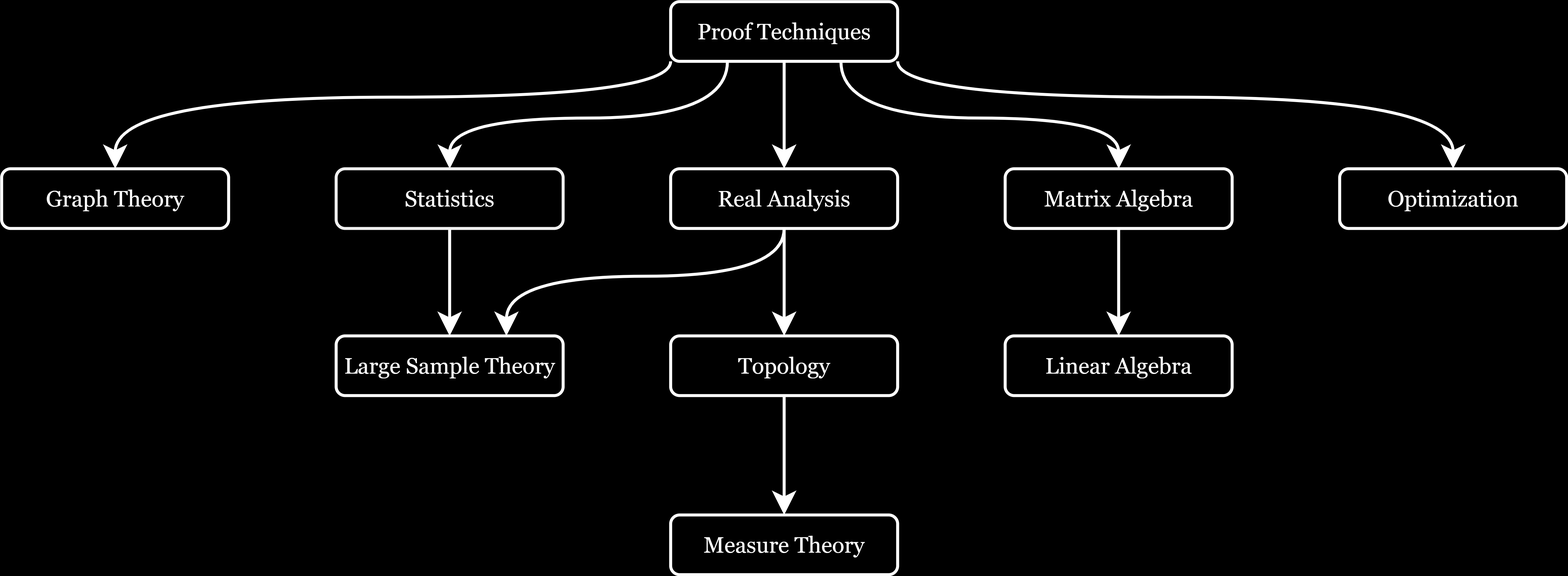
Earlier version of the draw.io export figures/dependency_tree.png (zekiakyol/proof-based-math-readings). Source tidied: cells renumbered, new cells last; positions are measured from the earlier drawing's top-left corner, leaving out a move shared by most shapes.
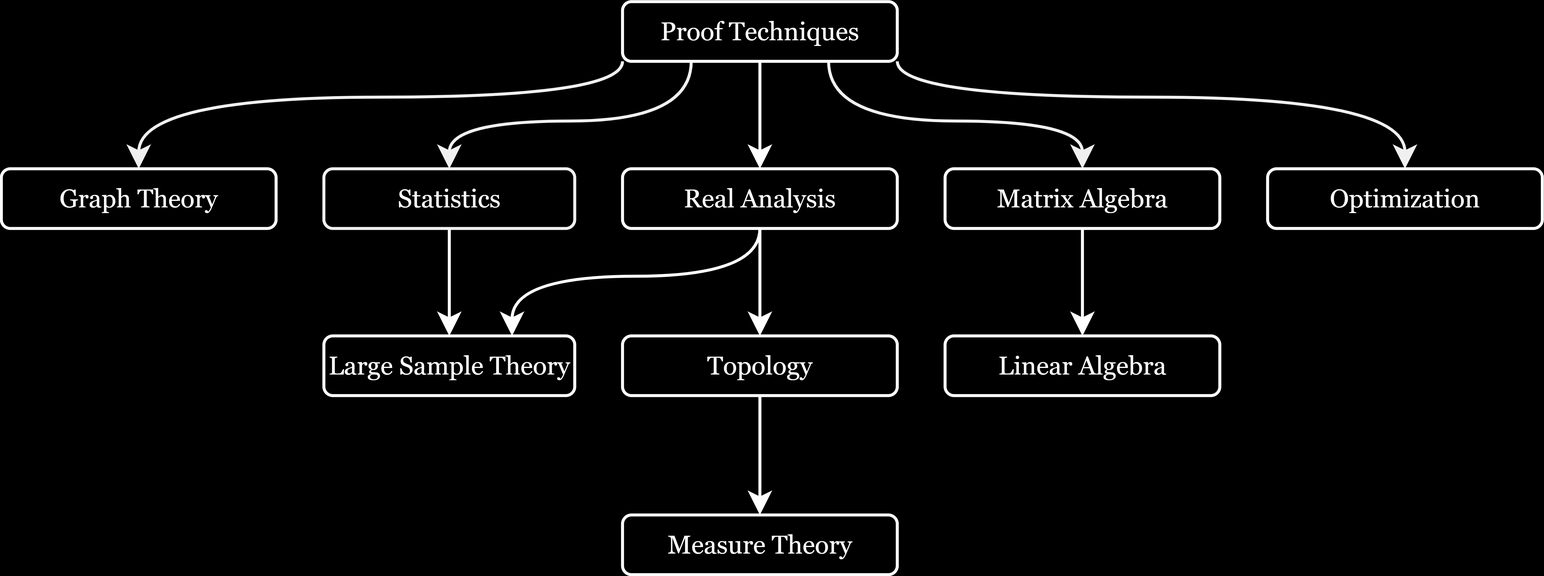
The same file after the commit.

Commit message:
increase font size

What changed in the source:
```diff
@@ -2,85 +2,87 @@
   <root>
     <mxCell id="0" />
     <mxCell id="1" parent="0" />
-    <mxCell id="2" style="edgeStyle=orthogonalEdgeStyle;rounded=0;jettySize=auto;html=1;exitX=0.5;exitY=1;exitDx=0;exitDy=0;entryX=0.5;entryY=0;entryDx=0;entryDy=0;fontFamily=Georgia;fontSize=75;strokeWidth=10;fontColor=#FFFFFF;labelBorderColor=none;strokeColor=#FFFFFF;endSize=50;startSize=40;" parent="1" edge="1" source="7" target="10">
+    <mxCell id="2" style="edgeStyle=orthogonalEdgeStyle;rounded=0;jettySize=auto;html=1;exitX=0.5;exitY=1;exitDx=0;exitDy=0;entryX=0.5;entryY=0;entryDx=0;entryDy=0;fontFamily=Georgia;fontSize=86;strokeWidth=10;fontColor=#FFFFFF;labelBorderColor=none;strokeColor=#FFFFFF;endSize=50;startSize=40;" parent="1" edge="1" source="7" target="10">
       <mxGeometry relative="1" as="geometry" />
     </mxCell>
-    <mxCell id="3" style="edgeStyle=orthogonalEdgeStyle;rounded=0;jettySize=auto;html=1;exitX=0.25;exitY=1;exitDx=0;exitDy=0;labelBorderColor=none;strokeColor=#FFFFFF;strokeWidth=10;fontFamily=Georgia;fontSize=75;fontColor=#FFFFFF;startSize=40;endSize=50;curved=1;" parent="1" edge="1" source="7" target="18">
+    <mxCell id="3" style="edgeStyle=orthogonalEdgeStyle;rounded=0;jettySize=auto;html=1;exitX=0.25;exitY=1;exitDx=0;exitDy=0;fontSize=86;strokeWidth=10;endSize=50;curved=1;" parent="1" edge="1" source="7" target="18">
       <mxGeometry relative="1" as="geometry">
         <Array as="points">
-          <mxPoint x="2430" y="390" />
-          <mxPoint x="1500" y="390" />
+          <mxPoint x="2350" y="400" />
+          <mxPoint x="1540" y="400" />
         </Array>
       </mxGeometry>
     </mxCell>
+    <mxCell id="6" style="edgeStyle=orthogonalEdgeStyle;curved=1;rounded=0;jettySize=auto;html=1;exitX=0;exitY=1;exitDx=0;exitDy=0;strokeWidth=10;fontSize=86;endSize=50;" parent="1" edge="1" source="7" target="21">
+      <mxGeometry relative="1" as="geometry">
+        <Array as="points">
+          <mxPoint x="2120" y="320" />
+          <mxPoint x="500" y="320" />
+        </Array>
+      </mxGeometry>
+    </mxCell>
-    <mxCell id="4" style="edgeStyle=orthogonalEdgeStyle;curved=1;rounded=0;jettySize=auto;html=1;exitX=0.75;exitY=1;exitDx=0;exitDy=0;labelBorderColor=none;strokeColor=#FFFFFF;strokeWidth=10;fontFamily=Georgia;fontSize=75;fontColor=#FFFFFF;startSize=40;endSize=50;" parent="1" edge="1" source="7" target="15">
+    <mxCell id="4" style="edgeStyle=orthogonalEdgeStyle;curved=1;rounded=0;jettySize=auto;html=1;exitX=0.75;exitY=1;exitDx=0;exitDy=0;strokeWidth=10;fontSize=86;endSize=50;" parent="1" edge="1" source="7" target="15">
       <mxGeometry relative="1" as="geometry">
         <Array as="points">
-          <mxPoint x="2810" y="390" />
-          <mxPoint x="3740" y="390" />
+          <mxPoint x="2810" y="400" />
+          <mxPoint x="3660" y="400" />
         </Array>
       </mxGeometry>
     </mxCell>
-    <mxCell id="5" style="edgeStyle=orthogonalEdgeStyle;curved=1;rounded=0;jettySize=auto;html=1;exitX=1;exitY=1;exitDx=0;exitDy=0;entryX=0.5;entryY=0;entryDx=0;entryDy=0;labelBorderColor=none;strokeColor=#FFFFFF;strokeWidth=10;fontFamily=Georgia;fontSize=75;fontColor=#FFFFFF;startSize=40;endSize=50;" parent="1" edge="1" source="7" target="20">
+    <mxCell id="5" style="edgeStyle=orthogonalEdgeStyle;curved=1;rounded=0;jettySize=auto;html=1;exitX=1;exitY=1;exitDx=0;exitDy=0;strokeWidth=10;fontSize=86;endSize=50;" parent="1" edge="1" source="7" target="20">
       <mxGeometry relative="1" as="geometry">
         <Array as="points">
-          <mxPoint x="3000" y="320" />
-          <mxPoint x="4860" y="320" />
+          <mxPoint x="3040" y="320" />
+          <mxPoint x="4740" y="320" />
         </Array>
       </mxGeometry>
     </mxCell>
-    <mxCell id="6" style="edgeStyle=orthogonalEdgeStyle;curved=1;rounded=0;jettySize=auto;html=1;exitX=0;exitY=1;exitDx=0;exitDy=0;labelBorderColor=none;strokeColor=#FFFFFF;strokeWidth=10;fontFamily=Georgia;fontSize=75;fontColor=#FFFFFF;startSize=40;endSize=50;" parent="1" edge="1" source="7" target="21">
-      <mxGeometry relative="1" as="geometry">
-        <Array as="points">
-          <mxPoint x="2240" y="320" />
-          <mxPoint x="380" y="320" />
-        </Array>
-      </mxGeometry>
-    </mxCell>
-    <mxCell id="7" value="&lt;font face=&quot;Georgia&quot; style=&quot;line-height: 1.2; font-size: 75px;&quot;&gt;Proof Techniques&lt;/font&gt;" style="rounded=1;whiteSpace=wrap;html=1;fontSize=75;fillStyle=solid;fillColor=#000000;fontColor=#FFFFFF;labelBorderColor=none;strokeColor=#FFFFFF;strokeWidth=10;" parent="1" vertex="1">
-      <mxGeometry x="2240" width="760" height="200" as="geometry" />
+    <mxCell id="7" value="&lt;font face=&quot;Georgia&quot; style=&quot;line-height: 1.2; font-size: 86px;&quot;&gt;Proof Techniques&lt;/font&gt;" style="rounded=1;whiteSpace=wrap;html=1;fontSize=86;fillStyle=solid;fillColor=#000000;fontColor=#FFFFFF;labelBorderColor=none;strokeColor=#FFFFFF;strokeWidth=10;" parent="1" vertex="1">
+      <mxGeometry x="2120" width="920" height="200" as="geometry" />
     </mxCell>
-    <mxCell id="8" style="edgeStyle=orthogonalEdgeStyle;curved=1;rounded=0;jettySize=auto;html=1;exitX=0.5;exitY=1;exitDx=0;exitDy=0;entryX=0.75;entryY=0;entryDx=0;entryDy=0;labelBorderColor=none;strokeColor=#FFFFFF;strokeWidth=10;fontFamily=Georgia;fontSize=75;fontColor=#FFFFFF;startSize=40;endSize=50;" parent="1" edge="1" source="10" target="19">
+    <mxCell id="8" style="edgeStyle=orthogonalEdgeStyle;curved=1;rounded=0;jettySize=auto;html=1;exitX=0.5;exitY=1;exitDx=0;exitDy=0;entryX=0.75;entryY=0;entryDx=0;entryDy=0;labelBorderColor=none;strokeColor=#FFFFFF;strokeWidth=10;fontFamily=Georgia;fontSize=86;fontColor=#FFFFFF;startSize=40;endSize=50;" parent="1" edge="1" source="10" target="19">
       <mxGeometry relative="1" as="geometry" />
     </mxCell>
-    <mxCell id="9" style="edgeStyle=orthogonalEdgeStyle;curved=1;rounded=0;jettySize=auto;html=1;exitX=0.5;exitY=1;exitDx=0;exitDy=0;labelBorderColor=none;strokeColor=#FFFFFF;strokeWidth=10;fontFamily=Georgia;fontSize=75;fontColor=#FFFFFF;startSize=40;endSize=50;" parent="1" edge="1" source="10" target="12">
+    <mxCell id="9" style="edgeStyle=orthogonalEdgeStyle;curved=1;rounded=0;jettySize=auto;html=1;exitX=0.5;exitY=1;exitDx=0;exitDy=0;labelBorderColor=none;strokeColor=#FFFFFF;strokeWidth=10;fontFamily=Georgia;fontSize=86;fontColor=#FFFFFF;startSize=40;endSize=50;" parent="1" edge="1" source="10" target="12">
       <mxGeometry relative="1" as="geometry" />
     </mxCell>
-    <mxCell id="10" value="&lt;font face=&quot;Georgia&quot; style=&quot;line-height: 1.2; font-size: 75px;&quot;&gt;Real Analysis&lt;/font&gt;" style="rounded=1;whiteSpace=wrap;html=1;fontSize=75;fillStyle=solid;fillColor=#000000;fontColor=#FFFFFF;labelBorderColor=none;strokeColor=#FFFFFF;strokeWidth=10;" parent="1" vertex="1">
-      <mxGeometry x="2240" y="560" width="760" height="200" as="geometry" />
+    <mxCell id="10" value="&lt;font face=&quot;Georgia&quot; style=&quot;line-height: 1.2; font-size: 86px;&quot;&gt;Real Analysis&lt;/font&gt;" style="rounded=1;whiteSpace=wrap;html=1;fontSize=86;fillStyle=solid;fillColor=#000000;fontColor=#FFFFFF;labelBorderColor=none;strokeColor=#FFFFFF;strokeWidth=10;" parent="1" vertex="1">
+      <mxGeometry x="2120" y="560" width="920" height="200" as="geometry" />
     </mxCell>
-    <mxCell id="11" style="edgeStyle=orthogonalEdgeStyle;curved=1;rounded=0;jettySize=auto;html=1;exitX=0.5;exitY=1;exitDx=0;exitDy=0;labelBorderColor=none;strokeColor=#FFFFFF;strokeWidth=10;fontFamily=Georgia;fontSize=75;fontColor=#FFFFFF;startSize=40;endSize=50;" parent="1" edge="1" source="12" target="13">
+    <mxCell id="11" style="edgeStyle=orthogonalEdgeStyle;curved=1;rounded=0;jettySize=auto;html=1;exitX=0.5;exitY=1;exitDx=0;exitDy=0;labelBorderColor=none;strokeColor=#FFFFFF;strokeWidth=10;fontFamily=Georgia;fontSize=86;fontColor=#FFFFFF;startSize=40;endSize=50;" parent="1" edge="1" source="12" target="13">
       <mxGeometry relative="1" as="geometry" />
     </mxCell>
-    <mxCell id="12" value="&lt;font face=&quot;Georgia&quot; style=&quot;line-height: 1.2; font-size: 75px;&quot;&gt;Topology&lt;/font&gt;" style="rounded=1;whiteSpace=wrap;html=1;fontSize=75;fillStyle=solid;fillColor=#000000;fontColor=#FFFFFF;labelBorderColor=none;strokeColor=#FFFFFF;strokeWidth=10;" parent="1" vertex="1">
-      <mxGeometry x="2240" y="1120" width="760" height="200" as="geometry" />
+    <mxCell id="12" value="&lt;font face=&quot;Georgia&quot; style=&quot;line-height: 1.2; font-size: 86px;&quot;&gt;Topology&lt;/font&gt;" style="rounded=1;whiteSpace=wrap;html=1;fontSize=86;fillStyle=solid;fillColor=#000000;fontColor=#FFFFFF;labelBorderColor=none;strokeColor=#FFFFFF;strokeWidth=10;" parent="1" vertex="1">
+      <mxGeometry x="2120" y="1120" width="920" height="200" as="geometry" />
     </mxCell>
-    <mxCell id="13" value="&lt;font face=&quot;Georgia&quot; style=&quot;line-height: 1.2; font-size: 75px;&quot;&gt;Measure Theory&lt;/font&gt;" style="rounded=1;whiteSpace=wrap;html=1;fontSize=75;fillStyle=solid;fillColor=#000000;fontColor=#FFFFFF;labelBorderColor=none;strokeColor=#FFFFFF;strokeWidth=10;" parent="1" vertex="1">
-      <mxGeometry x="2240" y="1720" width="760" height="200" as="geometry" />
+    <mxCell id="13" value="&lt;font face=&quot;Georgia&quot; style=&quot;line-height: 1.2; font-size: 86px;&quot;&gt;Measure Theory&lt;/font&gt;" style="rounded=1;whiteSpace=wrap;html=1;fontSize=86;fillStyle=solid;fillColor=#000000;fontColor=#FFFFFF;labelBorderColor=none;strokeColor=#FFFFFF;strokeWidth=10;" parent="1" vertex="1">
+      <mxGeometry x="2120" y="1720" width="920" height="200" as="geometry" />
     </mxCell>
-    <mxCell id="14" style="edgeStyle=orthogonalEdgeStyle;curved=1;rounded=0;jettySize=auto;html=1;exitX=0.5;exitY=1;exitDx=0;exitDy=0;labelBorderColor=none;strokeColor=#FFFFFF;strokeWidth=10;fontFamily=Georgia;fontSize=75;fontColor=#FFFFFF;startSize=40;endSize=50;" parent="1" edge="1" source="15" target="16">
+    <mxCell id="14" style="edgeStyle=orthogonalEdgeStyle;curved=1;rounded=0;jettySize=auto;html=1;exitX=0.5;exitY=1;exitDx=0;exitDy=0;labelBorderColor=none;strokeColor=#FFFFFF;strokeWidth=10;fontFamily=Georgia;fontSize=86;fontColor=#FFFFFF;startSize=40;endSize=50;" parent="1" edge="1" source="15" target="16">
       <mxGeometry relative="1" as="geometry" />
     </mxCell>
-    <mxCell id="15" value="&lt;font face=&quot;Georgia&quot; style=&quot;line-height: 1.2; font-size: 75px;&quot;&gt;Matrix Algebra&lt;/font&gt;" style="rounded=1;whiteSpace=wrap;html=1;fontSize=75;fillStyle=solid;fillColor=#000000;fontColor=#FFFFFF;labelBorderColor=none;strokeColor=#FFFFFF;strokeWidth=10;" parent="1" vertex="1">
-      <mxGeometry x="3360" y="560" width="760" height="200" as="geometry" />
+    <mxCell id="15" value="&lt;font face=&quot;Georgia&quot; style=&quot;line-height: 1.2; font-size: 86px;&quot;&gt;Matrix Algebra&lt;/font&gt;" style="rounded=1;whiteSpace=wrap;html=1;fontSize=86;fillStyle=solid;fillColor=#000000;fontColor=#FFFFFF;labelBorderColor=none;strokeColor=#FFFFFF;strokeWidth=10;" parent="1" vertex="1">
+      <mxGeometry x="3200" y="560" width="920" height="200" as="geometry" />
     </mxCell>
-    <mxCell id="16" value="&lt;font face=&quot;Georgia&quot; style=&quot;line-height: 1.2; font-size: 75px;&quot;&gt;Linear Algebra&lt;/font&gt;" style="rounded=1;whiteSpace=wrap;html=1;fontSize=75;fillStyle=solid;fillColor=#000000;fontColor=#FFFFFF;labelBorderColor=none;strokeColor=#FFFFFF;strokeWidth=10;" parent="1" vertex="1">
-      <mxGeometry x="3360" y="1120" width="760" height="200" as="geometry" />
+    <mxCell id="16" value="&lt;font face=&quot;Georgia&quot; style=&quot;line-height: 1.2; font-size: 86px;&quot;&gt;Linear Algebra&lt;/font&gt;" style="rounded=1;whiteSpace=wrap;html=1;fontSize=86;fillStyle=solid;fillColor=#000000;fontColor=#FFFFFF;labelBorderColor=none;strokeColor=#FFFFFF;strokeWidth=10;" parent="1" vertex="1">
+      <mxGeometry x="3200" y="1120" width="920" height="200" as="geometry" />
     </mxCell>
-    <mxCell id="17" style="edgeStyle=orthogonalEdgeStyle;curved=1;rounded=0;jettySize=auto;html=1;exitX=0.5;exitY=1;exitDx=0;exitDy=0;labelBorderColor=none;strokeColor=#FFFFFF;strokeWidth=10;fontFamily=Georgia;fontSize=75;fontColor=#FFFFFF;startSize=40;endSize=50;" parent="1" edge="1" source="18" target="19">
-      <mxGeometry relative="1" as="geometry" />
+    <mxCell id="17" style="edgeStyle=orthogonalEdgeStyle;curved=1;rounded=0;jettySize=auto;html=1;exitX=0.5;exitY=1;exitDx=0;exitDy=0;labelBorderColor=none;strokeColor=#FFFFFF;strokeWidth=10;fontFamily=Georgia;fontSize=86;fontColor=#FFFFFF;startSize=40;endSize=50;" parent="1" edge="1" target="19">
+      <mxGeometry relative="1" as="geometry">
+        <mxPoint x="1540" y="760" as="sourcePoint" />
+      </mxGeometry>
     </mxCell>
-    <mxCell id="18" value="&lt;font face=&quot;Georgia&quot;&gt;Statistics&lt;/font&gt;" style="rounded=1;whiteSpace=wrap;html=1;fontSize=75;fillStyle=solid;fillColor=#000000;fontColor=#FFFFFF;labelBorderColor=none;strokeColor=default;strokeWidth=10;" parent="1" vertex="1">
-      <mxGeometry x="1120" y="560" width="760" height="200" as="geometry" />
+    <mxCell id="18" value="&lt;font face=&quot;Georgia&quot; style=&quot;font-size: 86px;&quot;&gt;Statistics&lt;/font&gt;" style="rounded=1;whiteSpace=wrap;html=1;fontSize=86;fillStyle=solid;fillColor=#000000;fontColor=#FFFFFF;labelBorderColor=none;strokeColor=default;strokeWidth=10;" parent="1" vertex="1">
+      <mxGeometry x="1120" y="560" width="840" height="200" as="geometry" />
     </mxCell>
-    <mxCell id="19" value="&lt;font face=&quot;Georgia&quot; style=&quot;line-height: 1.2; font-size: 75px;&quot;&gt;Large Sample Theory&lt;/font&gt;" style="rounded=1;whiteSpace=wrap;html=1;fontSize=75;fillStyle=solid;fillColor=#000000;fontColor=#FFFFFF;labelBorderColor=none;strokeColor=#FFFFFF;strokeWidth=10;" parent="1" vertex="1">
-      <mxGeometry x="1120" y="1120" width="760" height="200" as="geometry" />
+    <mxCell id="19" value="&lt;font face=&quot;Georgia&quot; style=&quot;line-height: 1.2; font-size: 86px;&quot;&gt;Large Sample Theory&lt;/font&gt;" style="rounded=1;whiteSpace=wrap;html=1;fontSize=86;fillStyle=solid;fillColor=#000000;fontColor=#FFFFFF;labelBorderColor=none;strokeColor=#FFFFFF;strokeWidth=10;" parent="1" vertex="1">
+      <mxGeometry x="1120" y="1120" width="840" height="200" as="geometry" />
     </mxCell>
-    <mxCell id="20" value="&lt;font face=&quot;Georgia&quot; style=&quot;line-height: 1.2; font-size: 75px;&quot;&gt;Optimization&lt;/font&gt;" style="rounded=1;whiteSpace=wrap;html=1;fontSize=75;fillStyle=solid;fillColor=#000000;fontColor=#FFFFFF;labelBorderColor=none;strokeColor=#FFFFFF;strokeWidth=10;" parent="1" vertex="1">
-      <mxGeometry x="4480" y="560" width="760" height="200" as="geometry" />
+    <mxCell id="20" value="&lt;font face=&quot;Georgia&quot; style=&quot;line-height: 1.2; font-size: 86px;&quot;&gt;Optimization&lt;/font&gt;" style="rounded=1;whiteSpace=wrap;html=1;fontSize=86;fillStyle=solid;fillColor=#000000;fontColor=#FFFFFF;labelBorderColor=none;strokeColor=#FFFFFF;strokeWidth=10;" parent="1" vertex="1">
+      <mxGeometry x="4280" y="560" width="920" height="200" as="geometry" />
     </mxCell>
-    <mxCell id="21" value="&lt;font face=&quot;Georgia&quot; style=&quot;line-height: 1.2; font-size: 75px;&quot;&gt;Graph Theory&lt;/font&gt;" style="rounded=1;whiteSpace=wrap;html=1;fontSize=75;fillStyle=solid;fillColor=#000000;fontColor=#FFFFFF;strokeColor=#FFFFFF;strokeWidth=10;labelBorderColor=none;" parent="1" vertex="1">
-      <mxGeometry y="560" width="760" height="200" as="geometry" />
+    <mxCell id="21" value="&lt;font face=&quot;Georgia&quot; style=&quot;line-height: 1.2; font-size: 86px;&quot;&gt;Graph Theory&lt;/font&gt;" style="rounded=1;whiteSpace=wrap;html=1;fontSize=86;fillStyle=solid;fillColor=#000000;fontColor=#FFFFFF;strokeColor=#FFFFFF;strokeWidth=10;labelBorderColor=none;" parent="1" vertex="1">
+      <mxGeometry x="40" y="560" width="920" height="200" as="geometry" />
     </mxCell>
   </root>
 </mxGraphModel>
```
